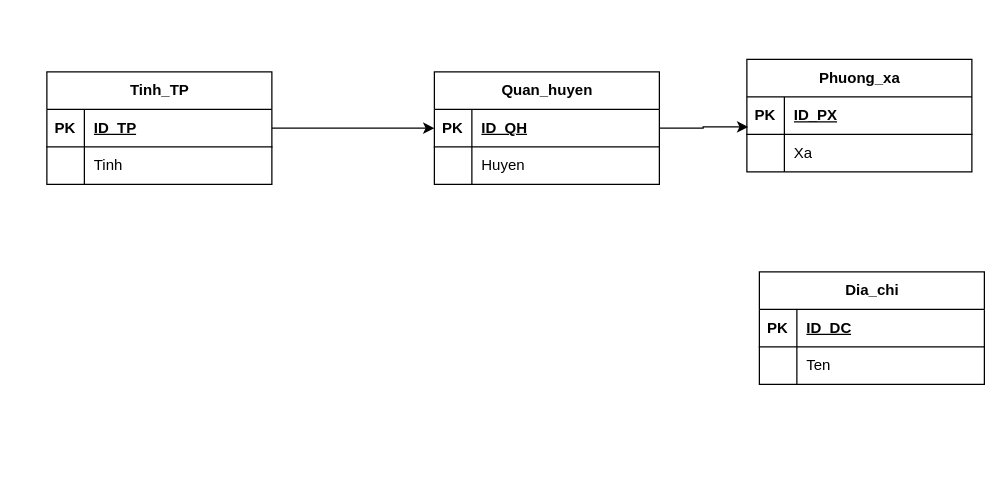
Before: Untitled1 Diagram.drawio in PhuThuan/test1, a draw.io diagram. Source tidied: cells renumbered, new cells numbered last; positions are measured from the earlier drawing's top-left corner, leaving out a move shared by most shapes. Both pictures are drawn from the tidied source at 125%, with x=0, y=0 at pixel (46, 59).
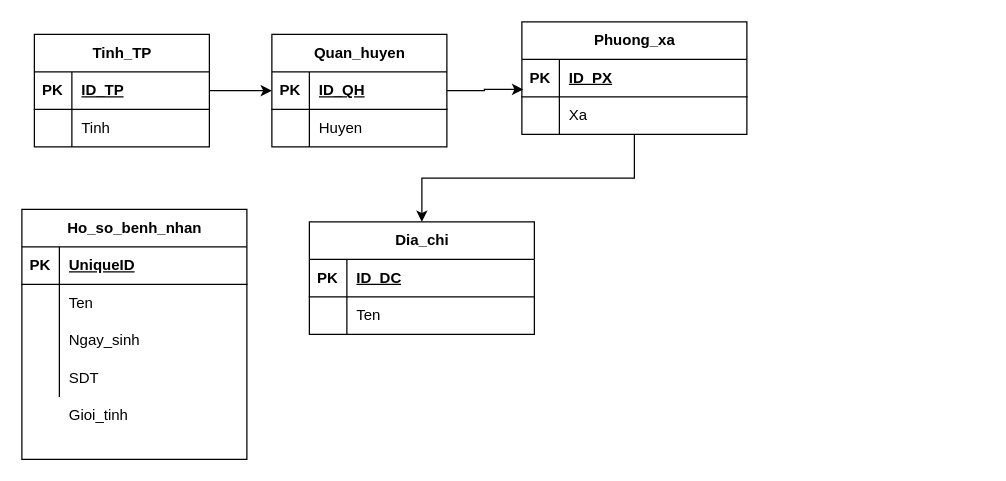
Above is the later version.

Diff of the diagram source:
```diff
@@
     <mxCell id="3" value="Tinh_TP" style="shape=table;startSize=30;childLayout=tableLayout;rowLines=0;fontStyle=1;align=center;html=1;" parent="1" vertex="1">
-      <mxGeometry y="10" width="180" height="90" as="geometry" />
+      <mxGeometry x="-10" y="-20" width="140" height="90" as="geometry" />
     </mxCell>
     <mxCell id="4" style="shape=tableRow;horizontal=0;startSize=0;swimlaneHead=0;swimlaneBody=0;fillColor=none;top=0;left=0;right=0;bottom=1;" parent="3" vertex="1">
-      <mxGeometry y="30" width="180" height="30" as="geometry" />
+      <mxGeometry y="30" width="140" height="30" as="geometry" />
     </mxCell>
@@
     <mxCell id="6" value="ID_TP" style="shape=partialRectangle;fillColor=none;top=0;left=0;bottom=0;right=0;align=left;spacingLeft=6;fontStyle=5;overflow=hidden;whiteSpace=wrap;html=1;" parent="4" vertex="1">
-      <mxGeometry x="30" width="150" height="30" as="geometry" />
+      <mxGeometry x="30" width="110" height="30" as="geometry" />
     </mxCell>
     <mxCell id="7" style="shape=tableRow;horizontal=0;startSize=0;swimlaneHead=0;swimlaneBody=0;fillColor=none;top=0;left=0;right=0;bottom=0;" parent="3" vertex="1">
-      <mxGeometry y="60" width="180" height="30" as="geometry" />
+      <mxGeometry y="60" width="140" height="30" as="geometry" />
     </mxCell>
@@
     <mxCell id="9" value="Tinh&lt;br&gt;" style="shape=partialRectangle;fillColor=none;top=0;left=0;bottom=0;right=0;align=left;spacingLeft=6;overflow=hidden;whiteSpace=wrap;html=1;" parent="7" vertex="1">
-      <mxGeometry x="30" width="150" height="30" as="geometry" />
+      <mxGeometry x="30" width="110" height="30" as="geometry" />
     </mxCell>
     <mxCell id="10" value="Quan_huyen" style="shape=table;startSize=30;childLayout=tableLayout;rowLines=0;fontStyle=1;align=center;html=1;" parent="1" vertex="1">
-      <mxGeometry x="310" y="10" width="180" height="90" as="geometry" />
+      <mxGeometry x="180" y="-20" width="140" height="90" as="geometry" />
     </mxCell>
     <mxCell id="11" style="shape=tableRow;horizontal=0;startSize=0;swimlaneHead=0;swimlaneBody=0;fillColor=none;points=[[0,0.5],[1,0.5]];portConstraint=eastwest;top=0;left=0;right=0;bottom=1;" parent="10" vertex="1">
-      <mxGeometry y="30" width="180" height="30" as="geometry" />
+      <mxGeometry y="30" width="140" height="30" as="geometry" />
     </mxCell>
@@
     <mxCell id="13" value="ID_QH" style="shape=partialRectangle;fillColor=none;top=0;left=0;bottom=0;right=0;align=left;spacingLeft=6;fontStyle=5;overflow=hidden;whiteSpace=wrap;html=1;" parent="11" vertex="1">
-      <mxGeometry x="30" width="150" height="30" as="geometry" />
+      <mxGeometry x="30" width="110" height="30" as="geometry" />
     </mxCell>
     <mxCell id="14" style="shape=tableRow;horizontal=0;startSize=0;swimlaneHead=0;swimlaneBody=0;fillColor=none;top=0;left=0;right=0;bottom=0;" parent="10" vertex="1">
-      <mxGeometry y="60" width="180" height="30" as="geometry" />
+      <mxGeometry y="60" width="140" height="30" as="geometry" />
     </mxCell>
@@
     <mxCell id="16" value="Huyen" style="shape=partialRectangle;fillColor=none;top=0;left=0;bottom=0;right=0;align=left;spacingLeft=6;overflow=hidden;whiteSpace=wrap;html=1;" parent="14" vertex="1">
-      <mxGeometry x="30" width="150" height="30" as="geometry" />
+      <mxGeometry x="30" width="110" height="30" as="geometry" />
     </mxCell>
+    <mxCell id="32" style="edgeStyle=orthogonalEdgeStyle;rounded=0;jettySize=auto;html=1;entryX=0.5;entryY=0;entryDx=0;entryDy=0;" parent="1" edge="1" source="17" target="25">
+      <mxGeometry relative="1" as="geometry" />
+    </mxCell>
     <mxCell id="17" value="Phuong_xa" style="shape=table;startSize=30;childLayout=tableLayout;rowLines=0;fontStyle=1;align=center;html=1;" parent="1" vertex="1">
-      <mxGeometry x="560" width="180" height="90" as="geometry" />
+      <mxGeometry x="380" y="-30" width="180" height="90" as="geometry" />
     </mxCell>
@@
     <mxCell id="25" value="Dia_chi" style="shape=table;startSize=30;childLayout=tableLayout;rowLines=0;fontStyle=1;align=center;html=1;" parent="1" vertex="1">
-      <mxGeometry x="570" y="170" width="180" height="90" as="geometry" />
+      <mxGeometry x="210" y="130" width="180" height="90" as="geometry" />
     </mxCell>
@@
+    <mxCell id="33" value="Gioi_tinh&lt;br&gt;" style="shape=partialRectangle;fillColor=none;top=0;left=0;bottom=0;right=0;align=left;spacingLeft=6;overflow=hidden;whiteSpace=wrap;html=1;direction=west;" parent="1" vertex="1">
+      <mxGeometry x="10" y="270" width="150" height="30" as="geometry" />
+    </mxCell>
+    <mxCell id="34" value="Ho_so_benh_nhan" style="shape=table;startSize=30;childLayout=tableLayout;rowLines=0;fontStyle=1;align=center;html=1;" parent="1" vertex="1">
+      <mxGeometry x="-20" y="120" width="180" height="200" as="geometry" />
+    </mxCell>
+    <mxCell id="35" style="shape=tableRow;horizontal=0;startSize=0;swimlaneHead=0;swimlaneBody=0;fillColor=none;top=0;left=0;right=0;bottom=1;" parent="34" vertex="1">
+      <mxGeometry y="30" width="180" height="30" as="geometry" />
+    </mxCell>
+    <mxCell id="36" value="PK" style="shape=partialRectangle;fillColor=none;top=0;left=0;bottom=0;right=0;fontStyle=1;overflow=hidden;whiteSpace=wrap;html=1;" parent="35" vertex="1">
+      <mxGeometry width="30" height="30" as="geometry" />
+    </mxCell>
+    <mxCell id="37" value="UniqueID" style="shape=partialRectangle;fillColor=none;top=0;left=0;bottom=0;right=0;align=left;spacingLeft=6;fontStyle=5;overflow=hidden;whiteSpace=wrap;html=1;" parent="35" vertex="1">
+      <mxGeometry x="30" width="150" height="30" as="geometry" />
+    </mxCell>
+    <mxCell id="38" style="shape=tableRow;horizontal=0;startSize=0;swimlaneHead=0;swimlaneBody=0;fillColor=none;top=0;left=0;right=0;bottom=0;" parent="34" vertex="1">
+      <mxGeometry y="60" width="180" height="30" as="geometry" />
+    </mxCell>
+    <mxCell id="39" style="shape=partialRectangle;fillColor=none;top=0;left=0;bottom=0;right=0;overflow=hidden;whiteSpace=wrap;html=1;" parent="38" vertex="1">
+      <mxGeometry width="30" height="30" as="geometry" />
+    </mxCell>
+    <mxCell id="40" value="Ten" style="shape=partialRectangle;fillColor=none;top=0;left=0;bottom=0;right=0;align=left;spacingLeft=6;overflow=hidden;whiteSpace=wrap;html=1;" parent="38" vertex="1">
+      <mxGeometry x="30" width="150" height="30" as="geometry" />
+    </mxCell>
+    <mxCell id="41" style="shape=tableRow;horizontal=0;startSize=0;swimlaneHead=0;swimlaneBody=0;fillColor=none;top=0;left=0;right=0;bottom=0;" parent="34" vertex="1">
+      <mxGeometry y="90" width="180" height="30" as="geometry" />
+    </mxCell>
+    <mxCell id="42" style="shape=partialRectangle;fillColor=none;top=0;left=0;bottom=0;right=0;overflow=hidden;whiteSpace=wrap;html=1;" parent="41" vertex="1">
+      <mxGeometry width="30" height="30" as="geometry" />
+    </mxCell>
+    <mxCell id="43" value="Ngay_sinh" style="shape=partialRectangle;fillColor=none;top=0;left=0;bottom=0;right=0;align=left;spacingLeft=6;overflow=hidden;whiteSpace=wrap;html=1;" parent="41" vertex="1">
+      <mxGeometry x="30" width="150" height="30" as="geometry" />
+    </mxCell>
+    <mxCell id="44" style="shape=tableRow;horizontal=0;startSize=0;swimlaneHead=0;swimlaneBody=0;fillColor=none;top=0;left=0;right=0;bottom=0;" parent="34" vertex="1">
+      <mxGeometry y="120" width="180" height="30" as="geometry" />
+    </mxCell>
+    <mxCell id="45" style="shape=partialRectangle;fillColor=none;top=0;left=0;bottom=0;right=0;overflow=hidden;whiteSpace=wrap;html=1;" parent="44" vertex="1">
+      <mxGeometry width="30" height="30" as="geometry" />
+    </mxCell>
+    <mxCell id="46" value="SDT" style="shape=partialRectangle;fillColor=none;top=0;left=0;bottom=0;right=0;align=left;spacingLeft=6;overflow=hidden;whiteSpace=wrap;html=1;" parent="44" vertex="1">
+      <mxGeometry x="30" width="150" height="30" as="geometry" />
+    </mxCell>
```
